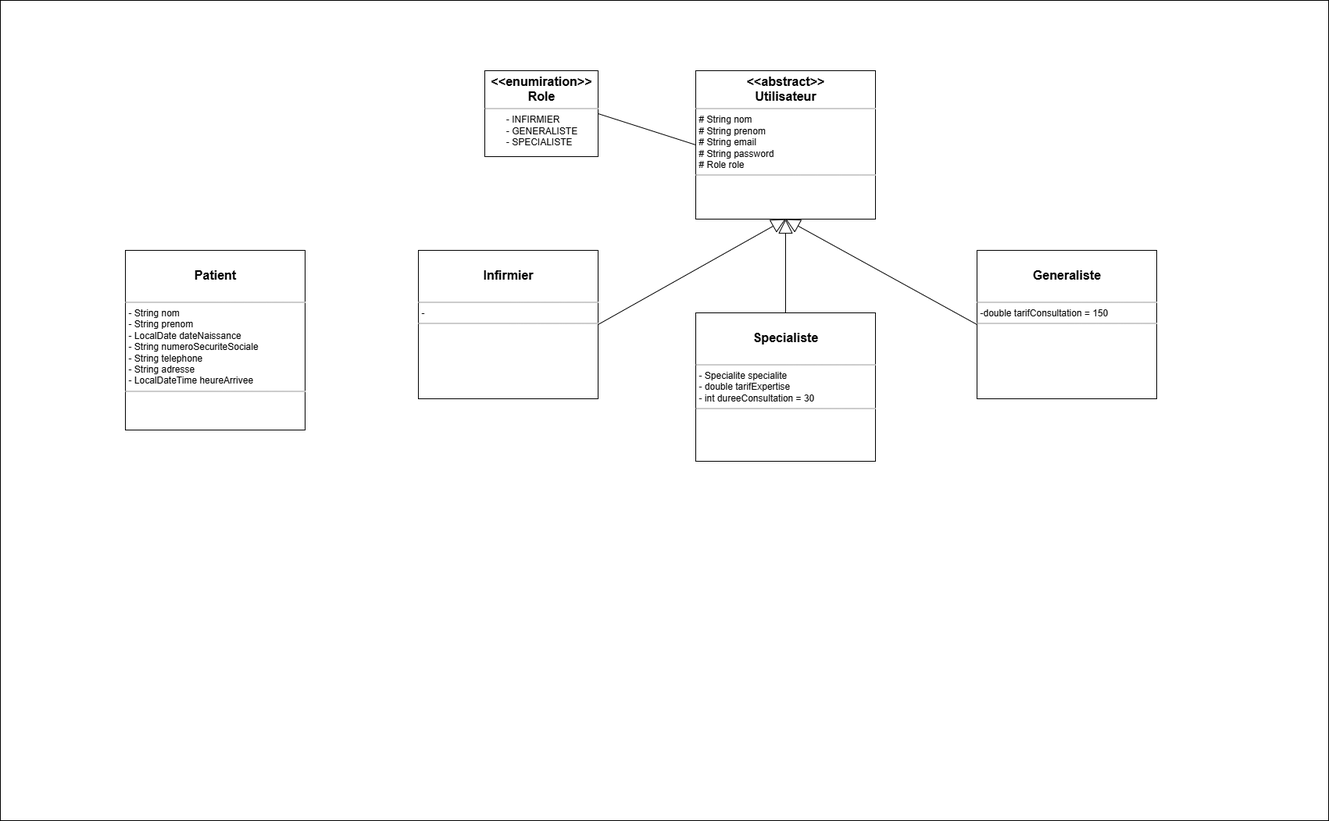
Before: uml/Class.png, a diagram exported from draw.io (theshamkhi/DocDoc). Source tidied: cells renumbered, new cells last; positions are measured from the earlier drawing's top-left corner, leaving out a move shared by most shapes.
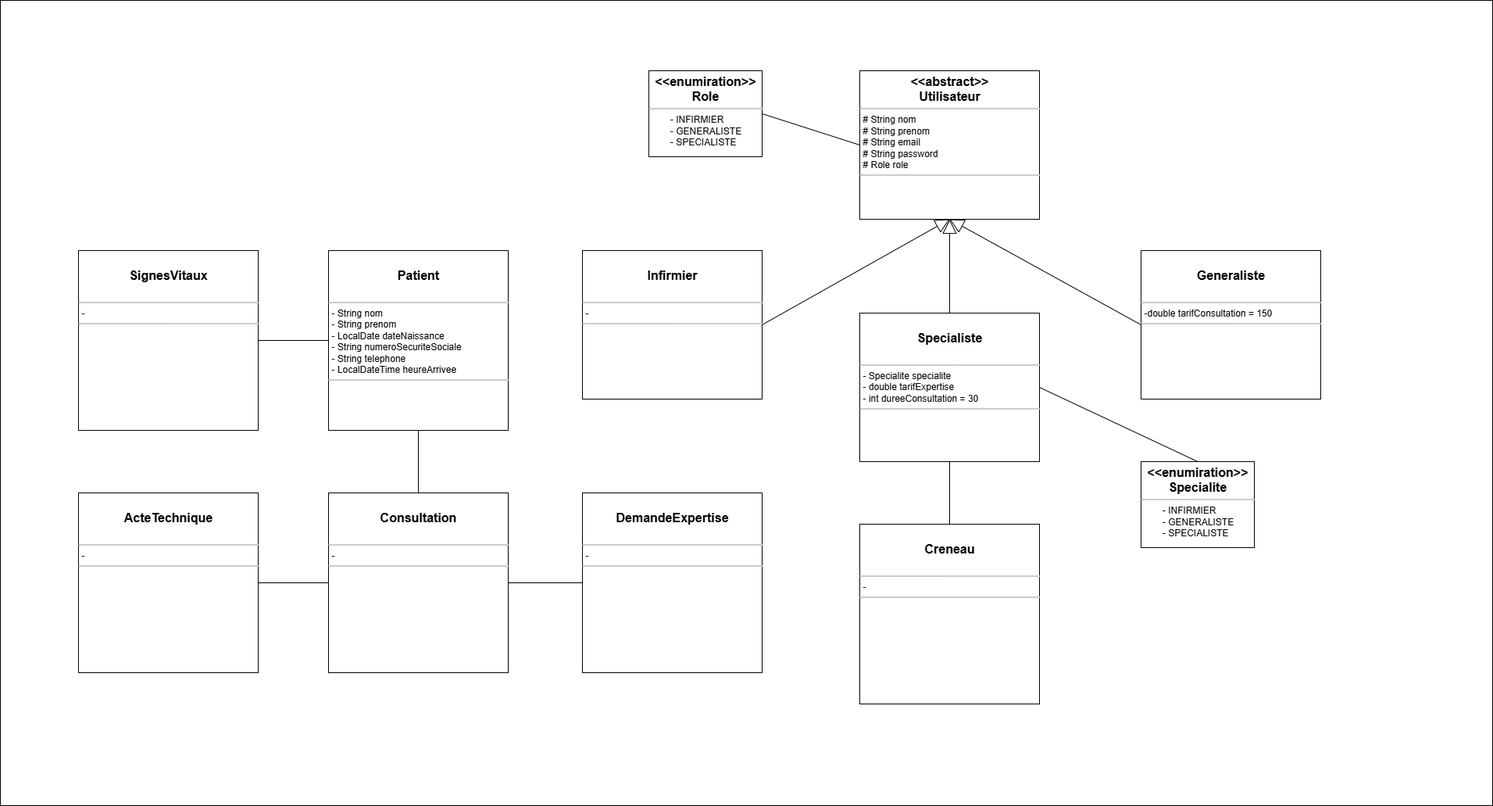
After the change.

Commit message:
Updated UML Diagram

Diff of the diagram source:
```diff
@@ -3,7 +3,7 @@
     <mxCell id="0" />
     <mxCell id="1" parent="0" />
     <mxCell id="2" style="rounded=0;whiteSpace=wrap;html=1;" parent="1" vertex="1">
-      <mxGeometry width="1700" height="1050" as="geometry" />
+      <mxGeometry x="-210" width="1910" height="1030" as="geometry" />
     </mxCell>
     <mxCell id="3" style="edgeStyle=orthogonalEdgeStyle;rounded=0;orthogonalLoop=1;jettySize=auto;html=1;endArrow=none;startFill=0;" parent="1" edge="1">
       <mxGeometry relative="1" as="geometry">
@@ -20,11 +20,6 @@
         <mxPoint x="-16" as="offset" />
       </mxGeometry>
     </mxCell>
-    <mxCell id="6" style="endArrow=none;html=1;rounded=0;entryX=1;entryY=0.5;entryDx=0;entryDy=0;" parent="1" edge="1" target="x">
-      <mxGeometry relative="1" as="geometry">
-        <mxPoint x="592" y="135" as="sourcePoint" />
-      </mxGeometry>
-    </mxCell>
     <mxCell id="7" value="&lt;p style=&quot;margin:0px;margin-top:4px;text-align:center;&quot;&gt;&lt;b style=&quot;background-color: transparent; color: light-dark(rgb(0, 0, 0), rgb(255, 255, 255));&quot;&gt;&lt;br&gt;&lt;/b&gt;&lt;/p&gt;&lt;p style=&quot;margin:0px;margin-top:4px;text-align:center;&quot;&gt;&lt;b style=&quot;background-color: transparent; color: light-dark(rgb(0, 0, 0), rgb(255, 255, 255));&quot;&gt;&lt;font style=&quot;font-size: 16px;&quot;&gt;Generaliste&lt;/font&gt;&lt;/b&gt;&lt;/p&gt;&lt;p style=&quot;margin:0px;margin-top:4px;text-align:center;&quot;&gt;&lt;b&gt;&lt;br&gt;&lt;/b&gt;&lt;/p&gt;&lt;hr size=&quot;1&quot;&gt;&lt;p style=&quot;margin: 0px 0px 0px 4px;&quot;&gt;-double tarifConsultation = 150&lt;/p&gt;&lt;hr size=&quot;1&quot;&gt;&lt;p style=&quot;margin:0px;margin-left:4px;&quot;&gt;&lt;br&gt;&lt;/p&gt;" style="verticalAlign=top;align=left;overflow=fill;fontSize=12;fontFamily=Helvetica;html=1;rounded=0;shadow=0;comic=0;labelBackgroundColor=none;strokeWidth=1;" parent="1" vertex="1">
       <mxGeometry x="1250" y="320" width="230" height="190" as="geometry" />
     </mxCell>
@@ -46,8 +41,8 @@
     <mxCell id="13" style="endArrow=block;html=1;rounded=0;exitX=1;exitY=0.5;exitDx=0;exitDy=0;entryX=0.5;entryY=1;entryDx=0;entryDy=0;endFill=0;endSize=16;" parent="1" edge="1" source="8" target="9">
       <mxGeometry relative="1" as="geometry" />
     </mxCell>
-    <mxCell id="14" value="&lt;p style=&quot;margin:0px;margin-top:4px;text-align:center;&quot;&gt;&lt;b style=&quot;background-color: transparent; color: light-dark(rgb(0, 0, 0), rgb(255, 255, 255));&quot;&gt;&lt;br&gt;&lt;/b&gt;&lt;/p&gt;&lt;p style=&quot;margin:0px;margin-top:4px;text-align:center;&quot;&gt;&lt;b style=&quot;background-color: transparent; color: light-dark(rgb(0, 0, 0), rgb(255, 255, 255));&quot;&gt;&lt;font style=&quot;font-size: 16px;&quot;&gt;Patient&lt;/font&gt;&lt;/b&gt;&lt;/p&gt;&lt;p style=&quot;margin:0px;margin-top:4px;text-align:center;&quot;&gt;&lt;b style=&quot;background-color: transparent; color: light-dark(rgb(0, 0, 0), rgb(255, 255, 255));&quot;&gt;&lt;br&gt;&lt;/b&gt;&lt;/p&gt;&lt;hr size=&quot;1&quot;&gt;&lt;p style=&quot;margin: 0px 0px 0px 4px;&quot;&gt;- String nom&lt;br&gt;- String prenom&lt;br&gt;- LocalDate dateNaissance&lt;br&gt;- String numeroSecuriteSociale&lt;br&gt;- String telephone&lt;br&gt;- String adresse&lt;br&gt;- LocalDateTime heureArrivee&lt;/p&gt;&lt;hr size=&quot;1&quot;&gt;&lt;p style=&quot;margin:0px;margin-left:4px;&quot;&gt;&lt;br&gt;&lt;/p&gt;" style="verticalAlign=top;align=left;overflow=fill;fontSize=12;fontFamily=Helvetica;html=1;rounded=0;shadow=0;comic=0;labelBackgroundColor=none;strokeWidth=1;" parent="1" vertex="1">
-      <mxGeometry x="160" y="320" width="230" height="230" as="geometry" />
+    <mxCell id="14" value="&lt;p style=&quot;margin:0px;margin-top:4px;text-align:center;&quot;&gt;&lt;b style=&quot;background-color: transparent; color: light-dark(rgb(0, 0, 0), rgb(255, 255, 255));&quot;&gt;&lt;br&gt;&lt;/b&gt;&lt;/p&gt;&lt;p style=&quot;margin:0px;margin-top:4px;text-align:center;&quot;&gt;&lt;b style=&quot;background-color: transparent; color: light-dark(rgb(0, 0, 0), rgb(255, 255, 255));&quot;&gt;&lt;font style=&quot;font-size: 16px;&quot;&gt;Patient&lt;/font&gt;&lt;/b&gt;&lt;/p&gt;&lt;p style=&quot;margin:0px;margin-top:4px;text-align:center;&quot;&gt;&lt;b style=&quot;background-color: transparent; color: light-dark(rgb(0, 0, 0), rgb(255, 255, 255));&quot;&gt;&lt;br&gt;&lt;/b&gt;&lt;/p&gt;&lt;hr size=&quot;1&quot;&gt;&lt;p style=&quot;margin: 0px 0px 0px 4px;&quot;&gt;- String nom&lt;br&gt;- String prenom&lt;br&gt;- LocalDate dateNaissance&lt;br&gt;- String numeroSecuriteSociale&lt;br&gt;- String telephone&lt;br&gt;- LocalDateTime heureArrivee&lt;/p&gt;&lt;hr size=&quot;1&quot;&gt;&lt;p style=&quot;margin:0px;margin-left:4px;&quot;&gt;&lt;br&gt;&lt;/p&gt;" style="verticalAlign=top;align=left;overflow=fill;fontSize=12;fontFamily=Helvetica;html=1;rounded=0;shadow=0;comic=0;labelBackgroundColor=none;strokeWidth=1;" parent="1" vertex="1">
+      <mxGeometry x="210" y="320" width="230" height="230" as="geometry" />
     </mxCell>
     <mxCell id="15" value="&lt;p style=&quot;margin:0px;margin-top:4px;text-align:center;&quot;&gt;&lt;font style=&quot;font-size: 16px;&quot;&gt;&lt;b style=&quot;&quot;&gt;&amp;lt;&amp;lt;enumiration&amp;gt;&amp;gt;&lt;/b&gt;&lt;br&gt;&lt;b&gt;Role&lt;/b&gt;&lt;/font&gt;&lt;/p&gt;&lt;hr size=&quot;1&quot;&gt;&lt;p style=&quot;margin: 0px 0px 0px 4px;&quot;&gt;&amp;nbsp; &amp;nbsp; &amp;nbsp; &amp;nbsp;- INFIRMIER&lt;/p&gt;&lt;p style=&quot;margin: 0px 0px 0px 4px;&quot;&gt;&amp;nbsp; &amp;nbsp; &amp;nbsp; &amp;nbsp;- GENERALISTE&lt;/p&gt;&lt;p style=&quot;margin: 0px 0px 0px 4px;&quot;&gt;&amp;nbsp; &amp;nbsp; &amp;nbsp; &amp;nbsp;- SPECIALISTE&lt;/p&gt;" style="verticalAlign=top;align=left;overflow=fill;fontSize=12;fontFamily=Helvetica;html=1;rounded=0;shadow=0;comic=0;labelBackgroundColor=none;strokeWidth=1;" parent="1" vertex="1">
       <mxGeometry x="620" y="90" width="145" height="110" as="geometry" />
@@ -55,5 +50,41 @@
     <mxCell id="16" style="endArrow=none;html=1;rounded=0;entryX=1;entryY=0.5;entryDx=0;entryDy=0;exitX=0;exitY=0.5;exitDx=0;exitDy=0;" parent="1" edge="1" source="9" target="15">
       <mxGeometry relative="1" as="geometry" />
     </mxCell>
+    <mxCell id="17" value="&lt;p style=&quot;margin:0px;margin-top:4px;text-align:center;&quot;&gt;&lt;b style=&quot;background-color: transparent; color: light-dark(rgb(0, 0, 0), rgb(255, 255, 255));&quot;&gt;&lt;br&gt;&lt;/b&gt;&lt;/p&gt;&lt;p style=&quot;margin:0px;margin-top:4px;text-align:center;&quot;&gt;&lt;span style=&quot;font-size: 16px;&quot;&gt;&lt;b&gt;SignesVitaux&lt;/b&gt;&lt;/span&gt;&lt;/p&gt;&lt;p style=&quot;margin:0px;margin-top:4px;text-align:center;&quot;&gt;&lt;b style=&quot;background-color: transparent; color: light-dark(rgb(0, 0, 0), rgb(255, 255, 255));&quot;&gt;&lt;br&gt;&lt;/b&gt;&lt;/p&gt;&lt;hr size=&quot;1&quot;&gt;&lt;p style=&quot;margin: 0px 0px 0px 4px;&quot;&gt;-&amp;nbsp;&lt;/p&gt;&lt;hr size=&quot;1&quot;&gt;&lt;p style=&quot;margin:0px;margin-left:4px;&quot;&gt;&lt;br&gt;&lt;/p&gt;" style="verticalAlign=top;align=left;overflow=fill;fontSize=12;fontFamily=Helvetica;html=1;rounded=0;shadow=0;comic=0;labelBackgroundColor=none;strokeWidth=1;" parent="1" vertex="1">
+      <mxGeometry x="-110" y="320" width="230" height="230" as="geometry" />
+    </mxCell>
+    <mxCell id="18" value="&lt;p style=&quot;margin:0px;margin-top:4px;text-align:center;&quot;&gt;&lt;b style=&quot;background-color: transparent; color: light-dark(rgb(0, 0, 0), rgb(255, 255, 255));&quot;&gt;&lt;br&gt;&lt;/b&gt;&lt;/p&gt;&lt;p style=&quot;margin:0px;margin-top:4px;text-align:center;&quot;&gt;&lt;span style=&quot;font-size: 16px;&quot;&gt;&lt;b&gt;Consultation&lt;/b&gt;&lt;/span&gt;&lt;/p&gt;&lt;p style=&quot;margin:0px;margin-top:4px;text-align:center;&quot;&gt;&lt;b style=&quot;background-color: transparent; color: light-dark(rgb(0, 0, 0), rgb(255, 255, 255));&quot;&gt;&lt;br&gt;&lt;/b&gt;&lt;/p&gt;&lt;hr size=&quot;1&quot;&gt;&lt;p style=&quot;margin: 0px 0px 0px 4px;&quot;&gt;-&amp;nbsp;&lt;/p&gt;&lt;hr size=&quot;1&quot;&gt;&lt;p style=&quot;margin:0px;margin-left:4px;&quot;&gt;&lt;br&gt;&lt;/p&gt;" style="verticalAlign=top;align=left;overflow=fill;fontSize=12;fontFamily=Helvetica;html=1;rounded=0;shadow=0;comic=0;labelBackgroundColor=none;strokeWidth=1;" parent="1" vertex="1">
+      <mxGeometry x="210" y="630" width="230" height="230" as="geometry" />
+    </mxCell>
+    <mxCell id="19" value="&lt;p style=&quot;margin:0px;margin-top:4px;text-align:center;&quot;&gt;&lt;b style=&quot;background-color: transparent; color: light-dark(rgb(0, 0, 0), rgb(255, 255, 255));&quot;&gt;&lt;br&gt;&lt;/b&gt;&lt;/p&gt;&lt;p style=&quot;margin:0px;margin-top:4px;text-align:center;&quot;&gt;&lt;span style=&quot;font-size: 16px;&quot;&gt;&lt;b&gt;DemandeExpertise&lt;/b&gt;&lt;/span&gt;&lt;/p&gt;&lt;p style=&quot;margin:0px;margin-top:4px;text-align:center;&quot;&gt;&lt;b style=&quot;background-color: transparent; color: light-dark(rgb(0, 0, 0), rgb(255, 255, 255));&quot;&gt;&lt;br&gt;&lt;/b&gt;&lt;/p&gt;&lt;hr size=&quot;1&quot;&gt;&lt;p style=&quot;margin: 0px 0px 0px 4px;&quot;&gt;-&amp;nbsp;&lt;/p&gt;&lt;hr size=&quot;1&quot;&gt;&lt;p style=&quot;margin:0px;margin-left:4px;&quot;&gt;&lt;br&gt;&lt;/p&gt;" style="verticalAlign=top;align=left;overflow=fill;fontSize=12;fontFamily=Helvetica;html=1;rounded=0;shadow=0;comic=0;labelBackgroundColor=none;strokeWidth=1;" parent="1" vertex="1">
+      <mxGeometry x="535" y="630" width="230" height="230" as="geometry" />
+    </mxCell>
+    <mxCell id="20" value="&lt;p style=&quot;margin:0px;margin-top:4px;text-align:center;&quot;&gt;&lt;b style=&quot;background-color: transparent; color: light-dark(rgb(0, 0, 0), rgb(255, 255, 255));&quot;&gt;&lt;br&gt;&lt;/b&gt;&lt;/p&gt;&lt;p style=&quot;margin:0px;margin-top:4px;text-align:center;&quot;&gt;&lt;span style=&quot;font-size: 16px;&quot;&gt;&lt;b&gt;Creneau&lt;/b&gt;&lt;/span&gt;&lt;/p&gt;&lt;p style=&quot;margin:0px;margin-top:4px;text-align:center;&quot;&gt;&lt;b style=&quot;background-color: transparent; color: light-dark(rgb(0, 0, 0), rgb(255, 255, 255));&quot;&gt;&lt;br&gt;&lt;/b&gt;&lt;/p&gt;&lt;hr size=&quot;1&quot;&gt;&lt;p style=&quot;margin: 0px 0px 0px 4px;&quot;&gt;-&amp;nbsp;&lt;/p&gt;&lt;hr size=&quot;1&quot;&gt;&lt;p style=&quot;margin:0px;margin-left:4px;&quot;&gt;&lt;br&gt;&lt;/p&gt;" style="verticalAlign=top;align=left;overflow=fill;fontSize=12;fontFamily=Helvetica;html=1;rounded=0;shadow=0;comic=0;labelBackgroundColor=none;strokeWidth=1;" parent="1" vertex="1">
+      <mxGeometry x="890" y="670" width="230" height="230" as="geometry" />
+    </mxCell>
+    <mxCell id="21" value="&lt;p style=&quot;margin:0px;margin-top:4px;text-align:center;&quot;&gt;&lt;b style=&quot;background-color: transparent; color: light-dark(rgb(0, 0, 0), rgb(255, 255, 255));&quot;&gt;&lt;br&gt;&lt;/b&gt;&lt;/p&gt;&lt;p style=&quot;margin:0px;margin-top:4px;text-align:center;&quot;&gt;&lt;span style=&quot;font-size: 16px;&quot;&gt;&lt;b&gt;ActeTechnique&lt;/b&gt;&lt;/span&gt;&lt;/p&gt;&lt;p style=&quot;margin:0px;margin-top:4px;text-align:center;&quot;&gt;&lt;b style=&quot;background-color: transparent; color: light-dark(rgb(0, 0, 0), rgb(255, 255, 255));&quot;&gt;&lt;br&gt;&lt;/b&gt;&lt;/p&gt;&lt;hr size=&quot;1&quot;&gt;&lt;p style=&quot;margin: 0px 0px 0px 4px;&quot;&gt;-&amp;nbsp;&lt;/p&gt;&lt;hr size=&quot;1&quot;&gt;&lt;p style=&quot;margin:0px;margin-left:4px;&quot;&gt;&lt;br&gt;&lt;/p&gt;" style="verticalAlign=top;align=left;overflow=fill;fontSize=12;fontFamily=Helvetica;html=1;rounded=0;shadow=0;comic=0;labelBackgroundColor=none;strokeWidth=1;" parent="1" vertex="1">
+      <mxGeometry x="-110" y="630" width="230" height="230" as="geometry" />
+    </mxCell>
+    <mxCell id="22" style="endArrow=none;html=1;rounded=0;entryX=1;entryY=0.5;entryDx=0;entryDy=0;exitX=0;exitY=0.5;exitDx=0;exitDy=0;" parent="1" edge="1" source="14" target="17">
+      <mxGeometry relative="1" as="geometry" />
+    </mxCell>
+    <mxCell id="23" style="endArrow=none;html=1;rounded=0;entryX=0.5;entryY=1;entryDx=0;entryDy=0;exitX=0.5;exitY=0;exitDx=0;exitDy=0;" parent="1" edge="1" source="18" target="14">
+      <mxGeometry relative="1" as="geometry" />
+    </mxCell>
+    <mxCell id="24" style="endArrow=none;html=1;rounded=0;entryX=1;entryY=0.5;entryDx=0;entryDy=0;exitX=0;exitY=0.5;exitDx=0;exitDy=0;" parent="1" edge="1" source="19" target="18">
+      <mxGeometry relative="1" as="geometry" />
+    </mxCell>
+    <mxCell id="25" style="endArrow=none;html=1;rounded=0;entryX=0.5;entryY=1;entryDx=0;entryDy=0;exitX=0.5;exitY=0;exitDx=0;exitDy=0;" parent="1" edge="1" source="20" target="10">
+      <mxGeometry relative="1" as="geometry" />
+    </mxCell>
+    <mxCell id="26" style="endArrow=none;html=1;rounded=0;entryX=1;entryY=0.5;entryDx=0;entryDy=0;exitX=0;exitY=0.5;exitDx=0;exitDy=0;" parent="1" edge="1" source="18" target="21">
+      <mxGeometry relative="1" as="geometry" />
+    </mxCell>
+    <mxCell id="27" value="&lt;p style=&quot;margin:0px;margin-top:4px;text-align:center;&quot;&gt;&lt;font style=&quot;font-size: 16px;&quot;&gt;&lt;b style=&quot;&quot;&gt;&amp;lt;&amp;lt;enumiration&amp;gt;&amp;gt;&lt;/b&gt;&lt;br&gt;&lt;b&gt;Specialite&lt;/b&gt;&lt;/font&gt;&lt;/p&gt;&lt;hr size=&quot;1&quot;&gt;&lt;p style=&quot;margin: 0px 0px 0px 4px;&quot;&gt;&amp;nbsp; &amp;nbsp; &amp;nbsp; &amp;nbsp;- INFIRMIER&lt;/p&gt;&lt;p style=&quot;margin: 0px 0px 0px 4px;&quot;&gt;&amp;nbsp; &amp;nbsp; &amp;nbsp; &amp;nbsp;- GENERALISTE&lt;/p&gt;&lt;p style=&quot;margin: 0px 0px 0px 4px;&quot;&gt;&amp;nbsp; &amp;nbsp; &amp;nbsp; &amp;nbsp;- SPECIALISTE&lt;/p&gt;" style="verticalAlign=top;align=left;overflow=fill;fontSize=12;fontFamily=Helvetica;html=1;rounded=0;shadow=0;comic=0;labelBackgroundColor=none;strokeWidth=1;" parent="1" vertex="1">
+      <mxGeometry x="1250" y="590" width="145" height="110" as="geometry" />
+    </mxCell>
+    <mxCell id="28" style="endArrow=none;html=1;rounded=0;entryX=0.5;entryY=0;entryDx=0;entryDy=0;exitX=1;exitY=0.5;exitDx=0;exitDy=0;" parent="1" edge="1" source="10" target="27">
+      <mxGeometry relative="1" as="geometry" />
+    </mxCell>
   </root>
 </mxGraphModel>
```
